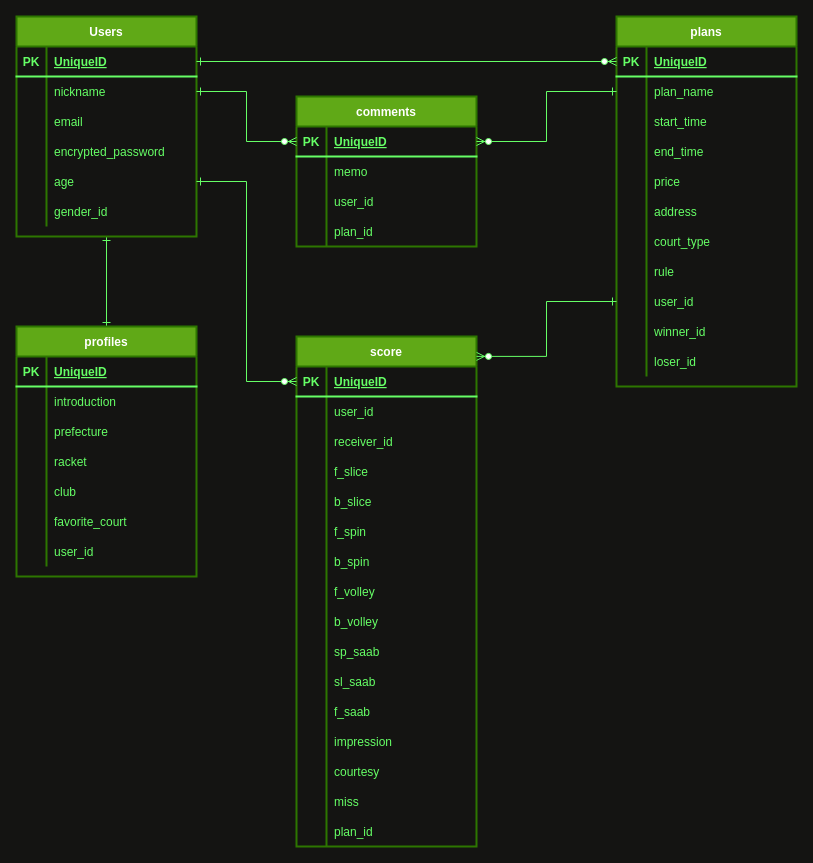
Above: config/db.dio in 0123takaokeita/Tennis_encounter (draw.io), before the change. Source tidied: cells renumbered, new cells numbered last; positions are measured from the earlier drawing's top-left corner, leaving out a move shared by most shapes. Both pictures are drawn from the tidied source at 100%, with x=0, y=0 at pixel (16, 16).
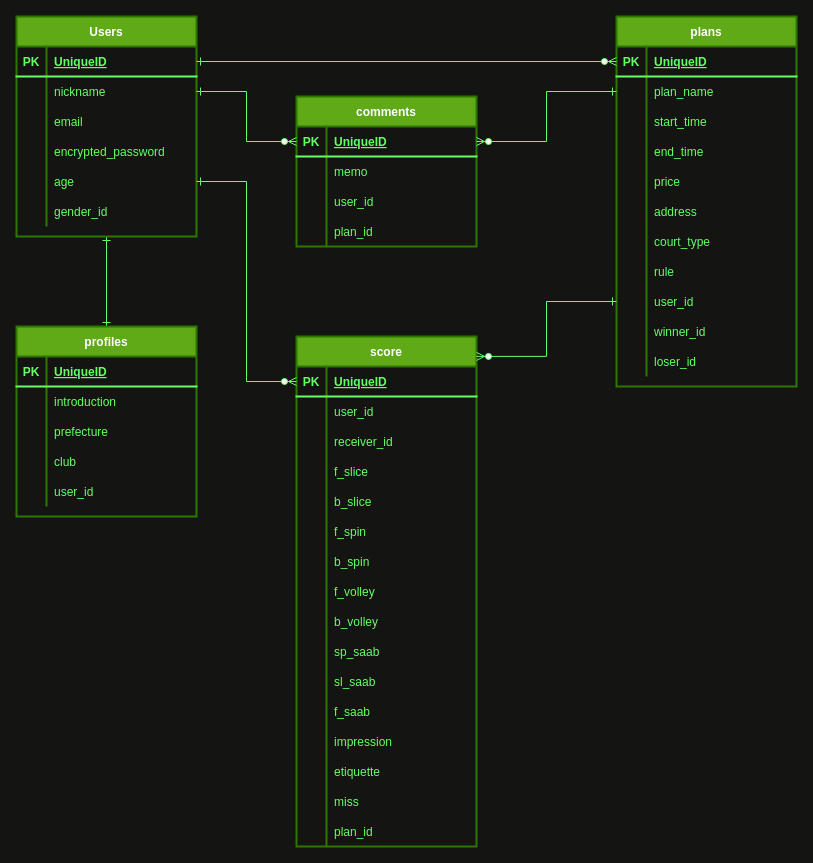
The same page after the edit.

Unchanged cells that the change refers to:
```xml
<mxCell id="131" style="shape=partialRectangle;fillColor=none;top=0;left=0;bottom=0;right=0;labelBackgroundColor=none;strokeWidth=2;strokeColor=#66FF66;fontColor=#66FF66;" parent="91" vertex="1">
  <mxGeometry y="420" width="180" height="30" as="geometry" />
</mxCell>
```

What changed in the source:
```diff
@@
     <mxCell id="56" value="profiles" style="shape=table;startSize=30;childLayout=tableLayout;rowLines=0;fontStyle=1;align=center;labelBackgroundColor=none;strokeWidth=2;strokeColor=#2D7600;fontColor=#ffffff;fillColor=#60a917;" parent="1" vertex="1">
-      <mxGeometry y="310" width="180" height="250" as="geometry" />
+      <mxGeometry y="310" width="180" height="190" as="geometry" />
     </mxCell>
@@
-    <mxCell id="66" style="shape=partialRectangle;fillColor=none;top=0;left=0;bottom=0;right=0;labelBackgroundColor=none;strokeWidth=2;strokeColor=#66FF66;fontColor=#66FF66;" parent="56" vertex="1">
-      <mxGeometry y="120" width="180" height="30" as="geometry" />
-    </mxCell>
-    <mxCell id="67" style="shape=partialRectangle;fillColor=none;top=0;left=0;bottom=0;right=0;overflow=hidden;labelBackgroundColor=none;strokeWidth=2;strokeColor=#66FF66;fontColor=#66FF66;" parent="66" vertex="1">
-      <mxGeometry width="30" height="30" as="geometry" />
-    </mxCell>
-    <mxCell id="68" value="racket" style="shape=partialRectangle;fillColor=none;top=0;left=0;bottom=0;right=0;align=left;spacingLeft=6;overflow=hidden;labelBackgroundColor=none;strokeWidth=2;strokeColor=#66FF66;fontColor=#66FF66;" parent="66" vertex="1">
-      <mxGeometry x="30" width="150" height="30" as="geometry" />
-    </mxCell>
     <mxCell id="69" style="shape=partialRectangle;fillColor=none;top=0;left=0;bottom=0;right=0;labelBackgroundColor=none;strokeWidth=2;strokeColor=#66FF66;fontColor=#66FF66;" parent="56" vertex="1">
-      <mxGeometry y="150" width="180" height="30" as="geometry" />
+      <mxGeometry y="120" width="180" height="30" as="geometry" />
     </mxCell>
@@
-    <mxCell id="72" style="shape=partialRectangle;fillColor=none;top=0;left=0;bottom=0;right=0;labelBackgroundColor=none;strokeWidth=2;strokeColor=#66FF66;fontColor=#66FF66;" parent="56" vertex="1">
-      <mxGeometry y="180" width="180" height="30" as="geometry" />
-    </mxCell>
-    <mxCell id="73" style="shape=partialRectangle;fillColor=none;top=0;left=0;bottom=0;right=0;overflow=hidden;labelBackgroundColor=none;strokeWidth=2;strokeColor=#66FF66;fontColor=#66FF66;" parent="72" vertex="1">
-      <mxGeometry width="30" height="30" as="geometry" />
-    </mxCell>
-    <mxCell id="74" value="favorite_court" style="shape=partialRectangle;fillColor=none;top=0;left=0;bottom=0;right=0;align=left;spacingLeft=6;overflow=hidden;labelBackgroundColor=none;strokeWidth=2;strokeColor=#66FF66;fontColor=#66FF66;" parent="72" vertex="1">
-      <mxGeometry x="30" width="150" height="30" as="geometry" />
-    </mxCell>
     <mxCell id="75" style="shape=partialRectangle;fillColor=none;top=0;left=0;bottom=0;right=0;labelBackgroundColor=none;strokeWidth=2;strokeColor=#66FF66;fontColor=#66FF66;" parent="56" vertex="1">
-      <mxGeometry y="210" width="180" height="30" as="geometry" />
+      <mxGeometry y="150" width="180" height="30" as="geometry" />
     </mxCell>
@@
-    <mxCell id="133" value="courtesy" style="shape=partialRectangle;fillColor=none;top=0;left=0;bottom=0;right=0;align=left;spacingLeft=6;overflow=hidden;labelBackgroundColor=none;strokeWidth=2;strokeColor=#66FF66;fontColor=#66FF66;" parent="131" vertex="1">
+    <mxCell id="133" value="etiquette" style="shape=partialRectangle;fillColor=none;top=0;left=0;bottom=0;right=0;align=left;spacingLeft=6;overflow=hidden;labelBackgroundColor=none;strokeWidth=2;strokeColor=#66FF66;fontColor=#66FF66;" parent="131" vertex="1">
       <mxGeometry x="30" width="150" height="30" as="geometry" />
     </mxCell>
```
